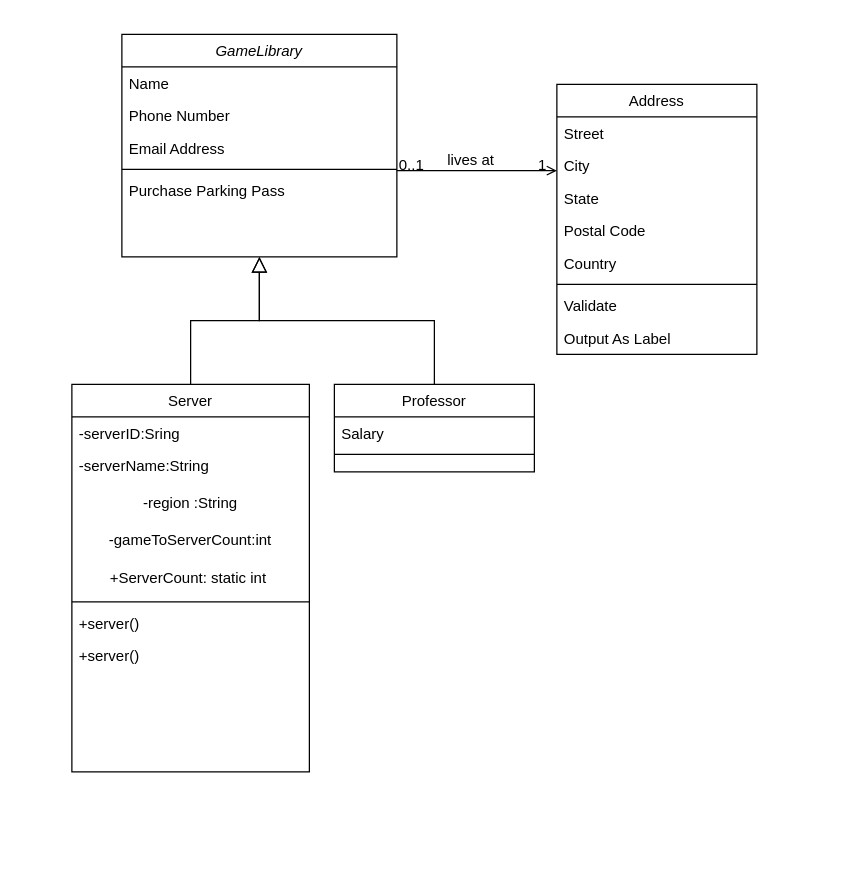
Before: Untitled Diagram.drawio in Nada-saad635/Game-Management-System, a draw.io diagram. Source tidied: cells renumbered, new cells numbered last; positions are measured from the earlier drawing's top-left corner, leaving out a move shared by most shapes. Both pictures are drawn from the tidied source at 125%, with x=0, y=0 at pixel (71, 34).
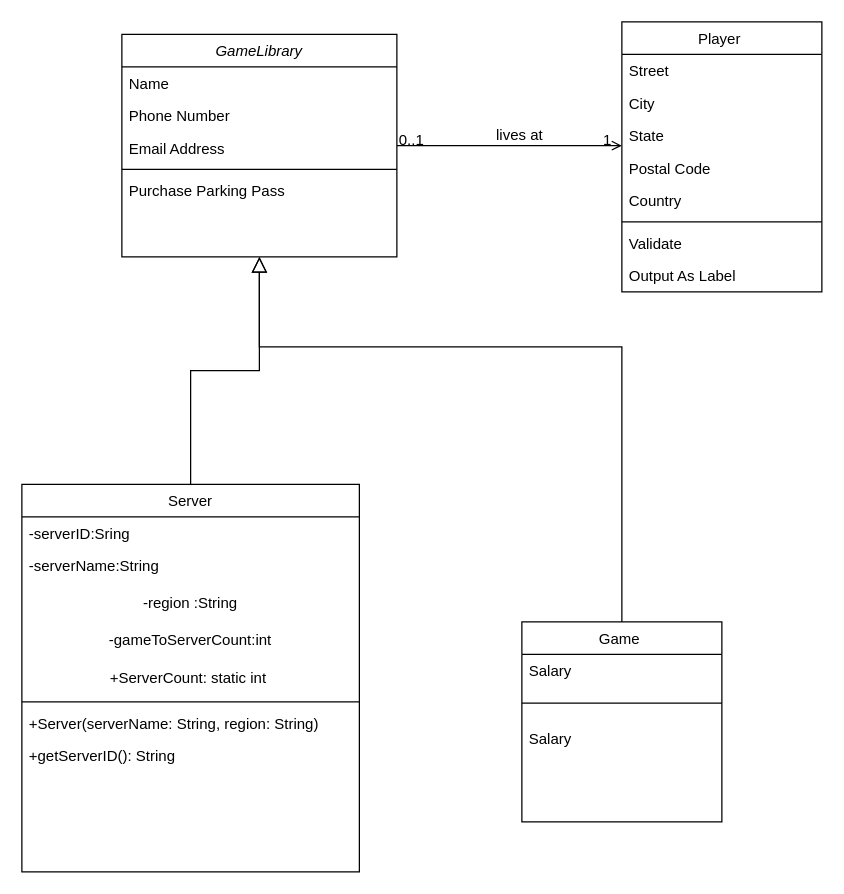
After the change.

The change refers to these unchanged cells:
```xml
<mxCell id="2" value="GameLibrary" style="swimlane;fontStyle=2;align=center;verticalAlign=top;horizontal=1;startSize=26;rounded=0;shadow=0;strokeWidth=1;" parent="1" vertex="1">
  <mxGeometry x="40" width="220" height="178" as="geometry" />
</mxCell>
```

What changed in the source:
```diff
@@
     <mxCell id="8" value="Server" style="swimlane;fontStyle=0;align=center;verticalAlign=top;horizontal=1;startSize=26;rounded=0;shadow=0;strokeWidth=1;" parent="1" vertex="1">
-      <mxGeometry y="280" width="190" height="310" as="geometry" />
+      <mxGeometry x="-40" y="360" width="270" height="310" as="geometry" />
     </mxCell>
     <mxCell id="9" value="-serverID:Sring" style="text;align=left;verticalAlign=top;spacingLeft=4;spacingRight=4;overflow=hidden;" parent="8" vertex="1">
-      <mxGeometry y="26" width="190" height="26" as="geometry" />
+      <mxGeometry y="26" width="270" height="26" as="geometry" />
     </mxCell>
     <mxCell id="10" value="-serverName:String " style="text;align=left;verticalAlign=top;spacingLeft=4;spacingRight=4;overflow=hidden;rounded=0;shadow=0;html=0;" parent="8" vertex="1">
-      <mxGeometry y="52" width="190" height="28" as="geometry" />
+      <mxGeometry y="52" width="270" height="28" as="geometry" />
     </mxCell>
     <mxCell id="11" value="-region :String" style="text;html=1;align=center;verticalAlign=middle;whiteSpace=wrap;rounded=0;" parent="8" vertex="1">
-      <mxGeometry y="80" width="190" height="30" as="geometry" />
+      <mxGeometry y="80" width="270" height="30" as="geometry" />
     </mxCell>
     <mxCell id="12" value="-gameToServerCount:int" style="text;html=1;align=center;verticalAlign=middle;whiteSpace=wrap;rounded=0;" parent="8" vertex="1">
-      <mxGeometry y="110" width="190" height="30" as="geometry" />
+      <mxGeometry y="110" width="270" height="30" as="geometry" />
     </mxCell>
     <mxCell id="13" value="+ServerCount: static int&amp;nbsp;" style="text;html=1;align=center;verticalAlign=middle;whiteSpace=wrap;rounded=0;" parent="8" vertex="1">
-      <mxGeometry y="140" width="190" height="30" as="geometry" />
+      <mxGeometry y="140" width="270" height="30" as="geometry" />
     </mxCell>
     <mxCell id="14" style="line;html=1;strokeWidth=1;align=left;verticalAlign=middle;spacingTop=-1;spacingLeft=3;spacingRight=3;labelPosition=right;" parent="8" vertex="1">
-      <mxGeometry y="170" width="190" height="8" as="geometry" />
+      <mxGeometry y="170" width="270" height="8" as="geometry" />
     </mxCell>
-    <mxCell id="15" value="+server()" style="text;align=left;verticalAlign=top;spacingLeft=4;spacingRight=4;overflow=hidden;" parent="8" vertex="1">
-      <mxGeometry y="178" width="190" height="26" as="geometry" />
+    <mxCell id="15" value="+Server(serverName: String, region: String)" style="text;align=left;verticalAlign=top;spacingLeft=4;spacingRight=4;overflow=hidden;" parent="8" vertex="1">
+      <mxGeometry y="178" width="270" height="26" as="geometry" />
     </mxCell>
-    <mxCell id="16" value="+server()" style="text;align=left;verticalAlign=top;spacingLeft=4;spacingRight=4;overflow=hidden;" parent="8" vertex="1">
-      <mxGeometry y="204" width="190" height="26" as="geometry" />
+    <mxCell id="16" value="+getServerID(): String" style="text;align=left;verticalAlign=top;spacingLeft=4;spacingRight=4;overflow=hidden;" parent="8" vertex="1">
+      <mxGeometry y="204" width="270" height="26" as="geometry" />
     </mxCell>
@@
-    <mxCell id="18" value="Professor" style="swimlane;fontStyle=0;align=center;verticalAlign=top;horizontal=1;startSize=26;rounded=0;shadow=0;strokeWidth=1;" parent="1" vertex="1">
-      <mxGeometry x="210" y="280" width="160" height="70" as="geometry" />
+    <mxCell id="18" value="Game " style="swimlane;fontStyle=0;align=center;verticalAlign=top;horizontal=1;startSize=26;rounded=0;shadow=0;strokeWidth=1;" parent="1" vertex="1">
+      <mxGeometry x="360" y="470" width="160" height="160" as="geometry" />
     </mxCell>
     <mxCell id="19" value="Salary" style="text;align=left;verticalAlign=top;spacingLeft=4;spacingRight=4;overflow=hidden;" parent="18" vertex="1">
-      <mxGeometry y="26" width="160" height="26" as="geometry" />
+      <mxGeometry y="26" width="160" height="24" as="geometry" />
     </mxCell>
     <mxCell id="20" style="line;html=1;strokeWidth=1;align=left;verticalAlign=middle;spacingTop=-1;spacingLeft=3;spacingRight=3;labelPosition=right;" parent="18" vertex="1">
-      <mxGeometry y="52" width="160" height="8" as="geometry" />
+      <mxGeometry y="50" width="160" height="30" as="geometry" />
     </mxCell>
+    <mxCell id="35" value="Salary" style="text;align=left;verticalAlign=top;spacingLeft=4;spacingRight=4;overflow=hidden;" parent="18" vertex="1">
+      <mxGeometry y="80" width="160" height="24" as="geometry" />
+    </mxCell>
     <mxCell id="21" style="endArrow=block;endSize=10;endFill=0;shadow=0;strokeWidth=1;rounded=0;curved=0;edgeStyle=elbowEdgeStyle;elbow=vertical;" parent="1" edge="1" source="18" target="2">
-      <mxGeometry relative="1" as="geometry" />
+      <mxGeometry relative="1" as="geometry">
+        <Array as="points">
+          <mxPoint x="300" y="250" />
+        </Array>
+      </mxGeometry>
     </mxCell>
-    <mxCell id="22" value="Address" style="swimlane;fontStyle=0;align=center;verticalAlign=top;horizontal=1;startSize=26;rounded=0;shadow=0;strokeWidth=1;" parent="1" vertex="1">
-      <mxGeometry x="388" y="40" width="160" height="216" as="geometry" />
+    <mxCell id="22" value="Player " style="swimlane;fontStyle=0;align=center;verticalAlign=top;horizontal=1;startSize=26;rounded=0;shadow=0;strokeWidth=1;" parent="1" vertex="1">
+      <mxGeometry x="440" y="-10" width="160" height="216" as="geometry" />
     </mxCell>
```
